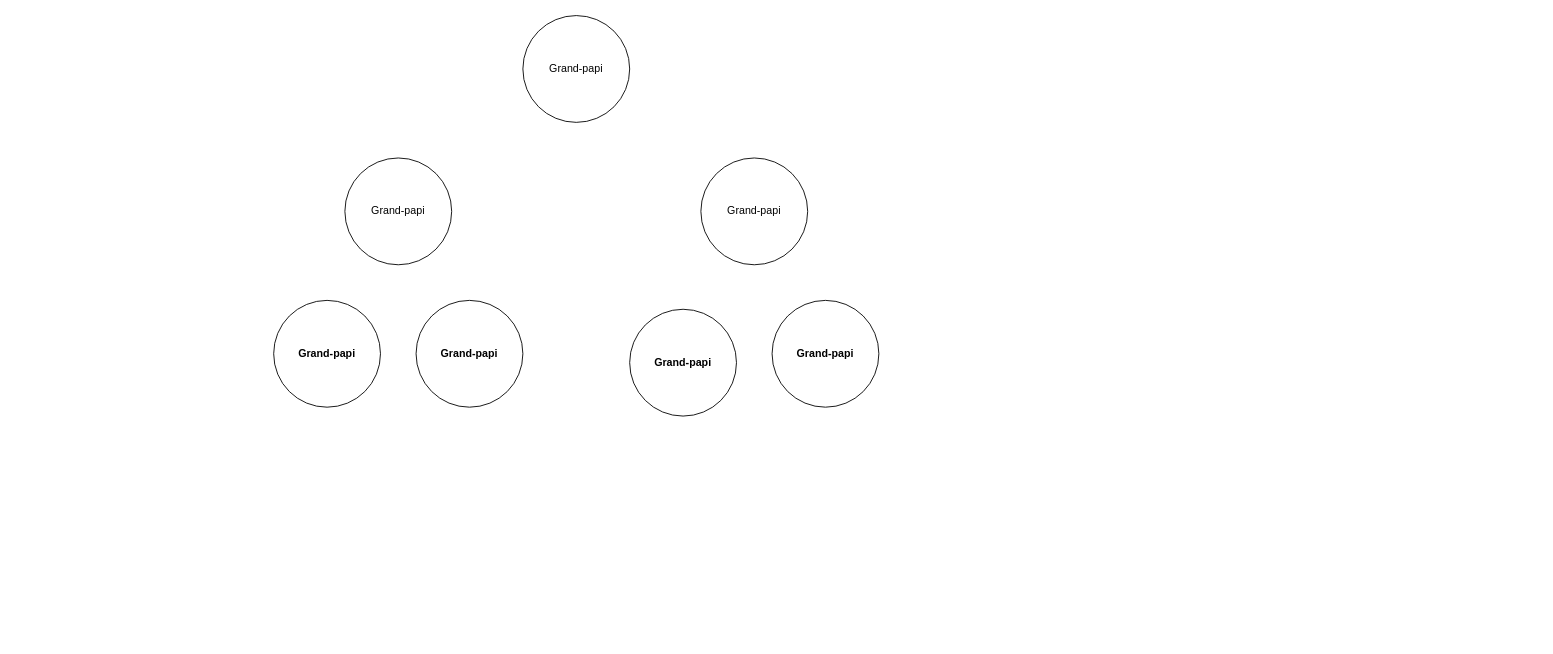
Above: DND_Family_Tree.drawio in crapeter/DND_Bot (draw.io), before the change. Source tidied: cells renumbered, new cells numbered last; positions are measured from the earlier drawing's top-left corner, leaving out a move shared by most shapes. Both pictures are drawn from the tidied source at 89%, with x=0, y=0 at pixel (273, 15).
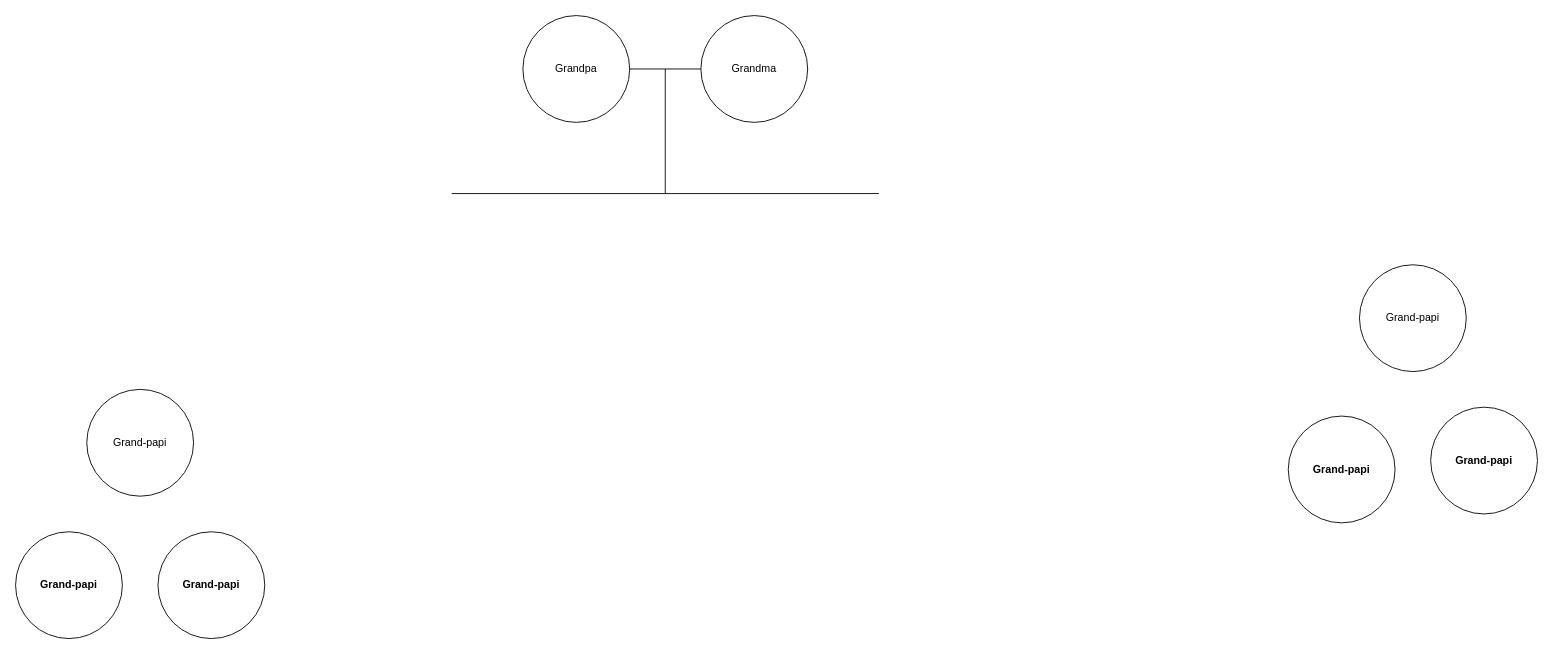
The same page after the edit.

What changed in the source:
```diff
@@
 <mxGraphModel>
   <root>
     <mxCell id="0" />
     <mxCell id="1" parent="0" />
-    <mxCell id="2" value="Grand-papi" style="ellipse;whiteSpace=wrap;html=1;align=center;" parent="1" vertex="1">
+    <mxCell id="2" value="Grandpa" style="ellipse;whiteSpace=wrap;html=1;align=center;" parent="1" vertex="1">
       <mxGeometry x="280" width="120" height="120" as="geometry" />
     </mxCell>
     <mxCell id="3" value="Grand-papi" style="ellipse;whiteSpace=wrap;html=1;align=center;" parent="1" vertex="1">
-      <mxGeometry x="80" y="160" width="120" height="120" as="geometry" />
+      <mxGeometry x="-210" y="420" width="120" height="120" as="geometry" />
     </mxCell>
     <mxCell id="4" value="Grand-papi" style="ellipse;whiteSpace=wrap;html=1;align=center;" parent="1" vertex="1">
-      <mxGeometry x="480" y="160" width="120" height="120" as="geometry" />
+      <mxGeometry x="1220" y="280" width="120" height="120" as="geometry" />
     </mxCell>
     <mxCell id="5" value="Grand-papi" style="ellipse;whiteSpace=wrap;html=1;align=center;fontStyle=1;" parent="1" vertex="1">
-      <mxGeometry y="320" width="120" height="120" as="geometry" />
+      <mxGeometry x="-290" y="580" width="120" height="120" as="geometry" />
     </mxCell>
     <mxCell id="6" value="Grand-papi" style="ellipse;whiteSpace=wrap;html=1;align=center;fontStyle=1;" parent="1" vertex="1">
-      <mxGeometry x="160" y="320" width="120" height="120" as="geometry" />
+      <mxGeometry x="-130" y="580" width="120" height="120" as="geometry" />
     </mxCell>
     <mxCell id="7" value="Grand-papi" style="ellipse;whiteSpace=wrap;html=1;align=center;fontStyle=1;" parent="1" vertex="1">
-      <mxGeometry x="400" y="330" width="120" height="120" as="geometry" />
+      <mxGeometry x="1140" y="450" width="120" height="120" as="geometry" />
     </mxCell>
     <mxCell id="8" value="Grand-papi" style="ellipse;whiteSpace=wrap;html=1;align=center;fontStyle=1;" parent="1" vertex="1">
-      <mxGeometry x="560" y="320" width="120" height="120" as="geometry" />
+      <mxGeometry x="1300" y="440" width="120" height="120" as="geometry" />
     </mxCell>
+    <mxCell id="9" value="Grandma" style="ellipse;whiteSpace=wrap;html=1;align=center;" parent="1" vertex="1">
+      <mxGeometry x="480" width="120" height="120" as="geometry" />
+    </mxCell>
+    <mxCell id="10" style="endArrow=none;html=1;rounded=0;exitX=1;exitY=0.5;exitDx=0;exitDy=0;entryX=0;entryY=0.5;entryDx=0;entryDy=0;" parent="1" edge="1" source="2" target="9">
+      <mxGeometry relative="1" as="geometry" />
+    </mxCell>
+    <mxCell id="11" style="endArrow=none;html=1;rounded=0;" parent="1" edge="1">
+      <mxGeometry relative="1" as="geometry">
+        <mxPoint x="440" y="200" as="sourcePoint" />
+        <mxPoint x="440" y="60" as="targetPoint" />
+      </mxGeometry>
+    </mxCell>
+    <mxCell id="12" style="endArrow=none;html=1;rounded=0;" parent="1" edge="1">
+      <mxGeometry relative="1" as="geometry">
+        <mxPoint x="200" y="200" as="sourcePoint" />
+        <mxPoint x="680" y="200" as="targetPoint" />
+      </mxGeometry>
+    </mxCell>
   </root>
 </mxGraphModel>
```
